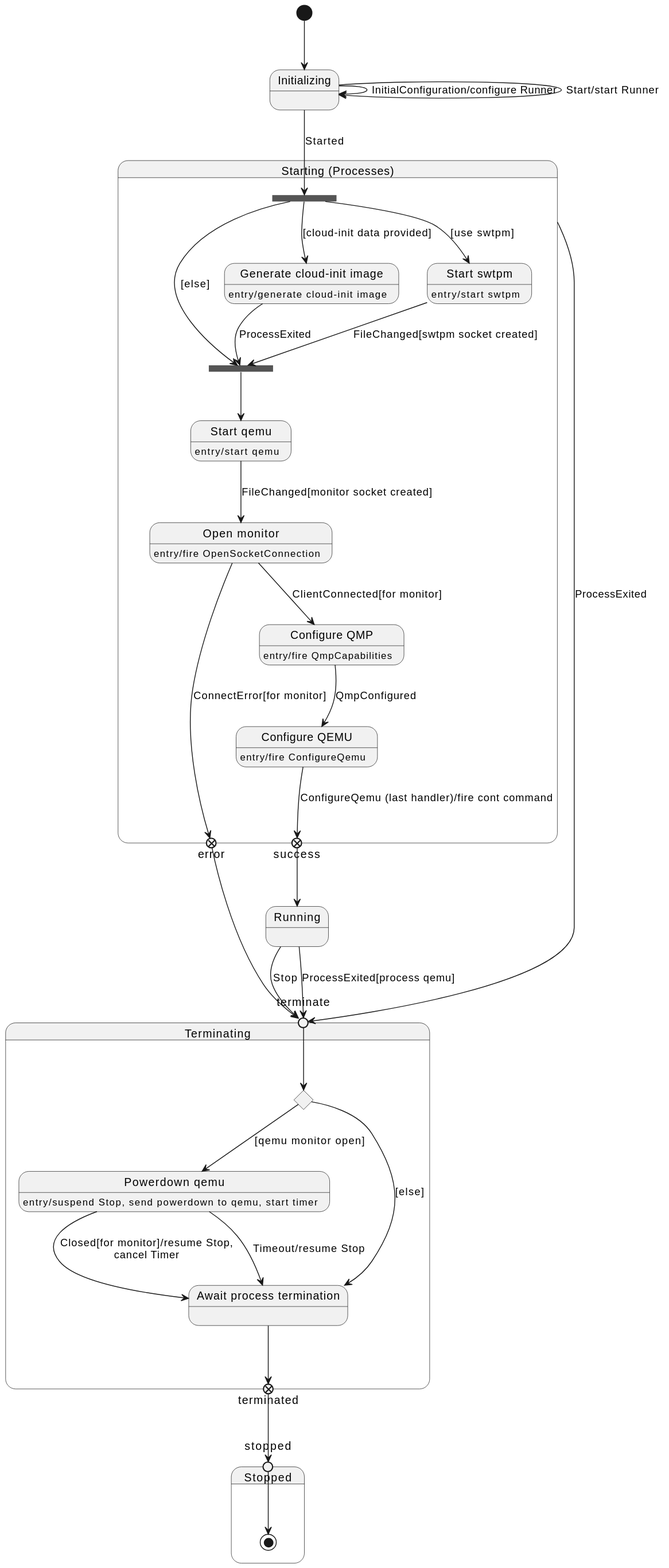
mnlipp/VM-Operator keeps this PlantUML diagram as javadoc/org/jdrupes/vmoperator/runner/qemu/RunnerStates.svg. Above is the earlier version.
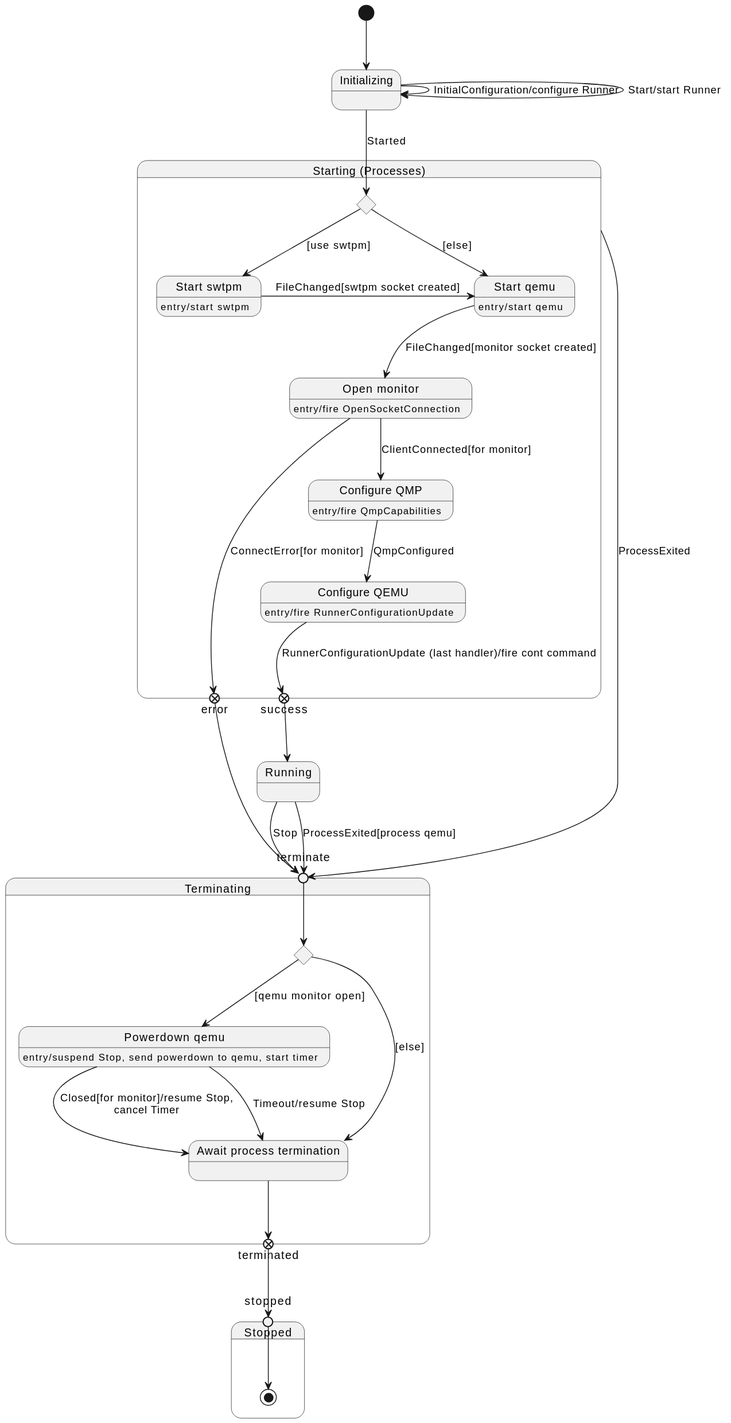
After the commit.

The edit, as a diff of the source:
```diff
@@ -5,6 +5,8 @@
 
  state "Starting (Processes)" as StartingProcess {
 
+     state which <<choice>>
+     state "Start swtpm" as swtpm
      state "Start qemu" as qemu
      state "Open monitor" as monitor
      state "Configure QMP" as waitForConfigured
@@ -12,19 +14,11 @@
      state success <<exitPoint>>
      state error <<exitPoint>>
 
-     state prepFork <<fork>>
-     state prepJoin <<join>>
-     state "Generate cloud-init image" as cloudInit
-     prepFork --> cloudInit: [cloud-init data provided]
-     swtpm --> prepJoin: FileChanged[swtpm socket created]
-     state "Start swtpm" as swtpm
-     prepFork --> swtpm: [use swtpm]
+     which --> swtpm: [use swtpm]
+     which --> qemu: [else]
+
      swtpm: entry/start swtpm
-     cloudInit --> prepJoin: ProcessExited
-     cloudInit: entry/generate cloud-init image
-     prepFork --> prepJoin: [else]
-
-     prepJoin --> qemu
+     swtpm -> qemu: FileChanged[swtpm socket created]
 
      qemu: entry/start qemu
      qemu --> monitor : FileChanged[monitor socket created]
@@ -36,11 +30,11 @@
      waitForConfigured: entry/fire QmpCapabilities
      waitForConfigured --> configure: QmpConfigured
 
-     configure: entry/fire ConfigureQemu
-     configure --> success: ConfigureQemu (last handler)/fire cont command
+     configure: entry/fire RunnerConfigurationUpdate
+     configure --> success: RunnerConfigurationUpdate (last handler)/fire cont command
  }
 
- Initializing --> prepFork: Started
+ Initializing --> which: Started
 
  success --> Running
 
```
